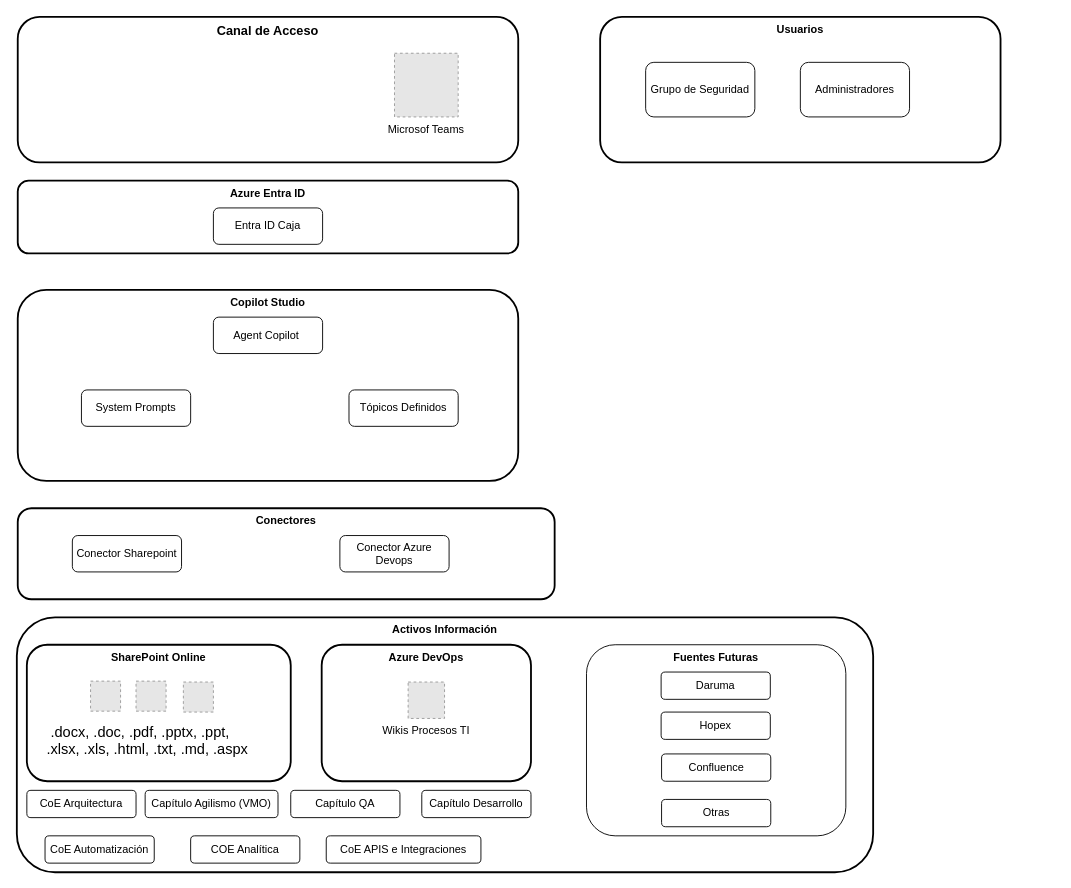
This is page "Page-6" (5 of 5) of Proyecto Gestión Conocimiento.drawio from carlosvalderrama1204/diagrams, a draw.io file, before an edit. Source tidied: cells renumbered, new cells numbered last; positions are measured from the earlier drawing's top-left corner, leaving out a move shared by most shapes. Both pictures are drawn from the tidied source at 91%, with x=0, y=0 at pixel (16, 16). Pictures stored in the file or linked from it are replaced by grey dashed boxes.
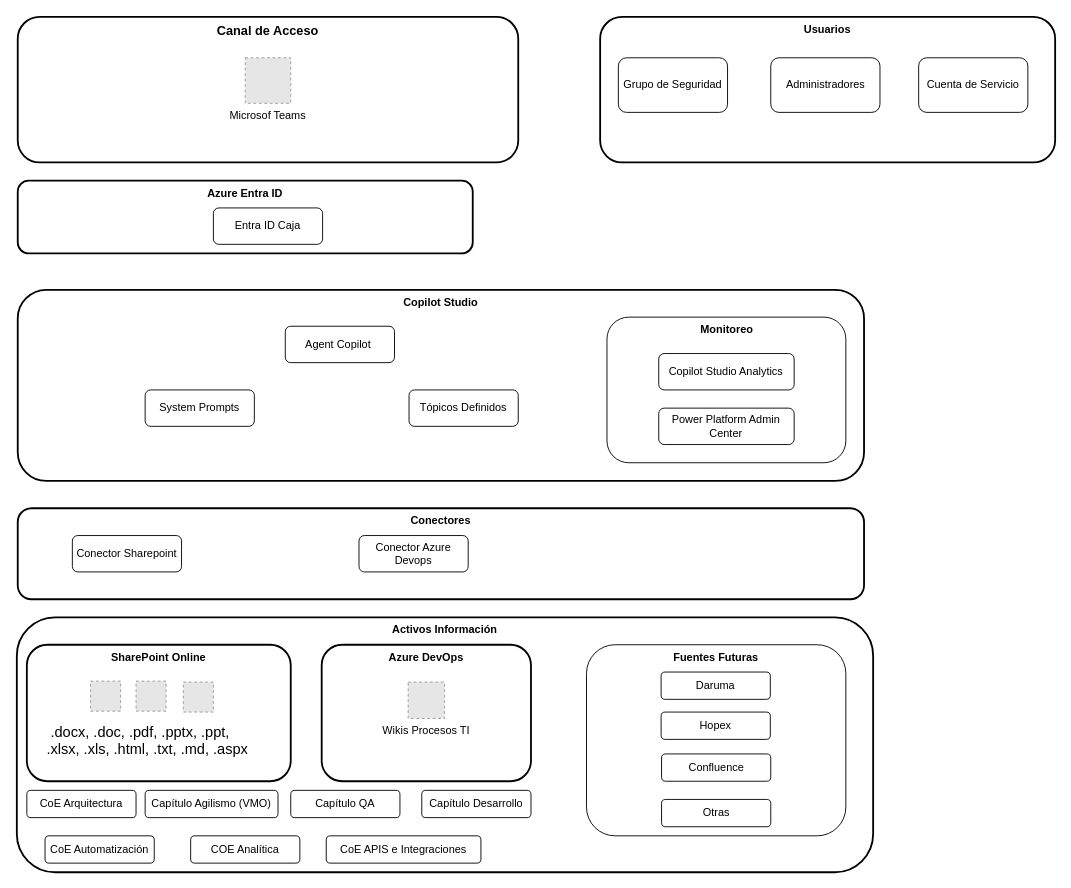
Above is the later version.

The edit, as a diff of the source:
```diff
@@
     <mxCell id="4" value="Microsof Teams" style="fillColor=#E6E6E6;strokeColor=#999999;dashed=1;verticalLabelPosition=bottom;labelBackgroundColor=default;verticalAlign=top;" parent="1" vertex="1">
-      <mxGeometry x="415" y="40" width="70" height="70" as="geometry" />
+      <mxGeometry x="251" y="45" width="50" height="50" as="geometry" />
     </mxCell>
     <mxCell id="5" value="Usuarios" style="rounded=1;whiteSpace=wrap;html=1;strokeWidth=2;verticalAlign=top;fontStyle=1;" parent="1" vertex="1">
-      <mxGeometry x="641" width="440" height="160" as="geometry" />
+      <mxGeometry x="641" width="500" height="160" as="geometry" />
     </mxCell>
     <mxCell id="6" value="Grupo de Seguridad" style="rounded=1;whiteSpace=wrap;html=1;" parent="1" vertex="1">
-      <mxGeometry x="691" y="50" width="120" height="60" as="geometry" />
+      <mxGeometry x="661" y="45" width="120" height="60" as="geometry" />
     </mxCell>
     <mxCell id="7" value="Administradores" style="rounded=1;whiteSpace=wrap;html=1;" parent="1" vertex="1">
-      <mxGeometry x="861" y="50" width="120" height="60" as="geometry" />
+      <mxGeometry x="828.5" y="45" width="120" height="60" as="geometry" />
     </mxCell>
     <mxCell id="8" value="Azure Entra ID" style="rounded=1;whiteSpace=wrap;html=1;strokeWidth=2;verticalAlign=top;fontStyle=1;" parent="1" vertex="1">
-      <mxGeometry x="1" y="180" width="550" height="80" as="geometry" />
+      <mxGeometry x="1" y="180" width="500" height="80" as="geometry" />
     </mxCell>
@@
     <mxCell id="10" value="Copilot Studio" style="rounded=1;whiteSpace=wrap;html=1;strokeWidth=2;verticalAlign=top;fontStyle=1;" parent="1" vertex="1">
-      <mxGeometry x="1" y="300" width="550" height="210" as="geometry" />
+      <mxGeometry x="1" y="300" width="930" height="210" as="geometry" />
     </mxCell>
     <mxCell id="11" value="Agent Copilot&amp;nbsp;" style="rounded=1;whiteSpace=wrap;html=1;" parent="1" vertex="1">
-      <mxGeometry x="216" y="330" width="120" height="40" as="geometry" />
+      <mxGeometry x="295" y="340" width="120" height="40" as="geometry" />
     </mxCell>
     <mxCell id="12" value="Tópicos Definidos" style="rounded=1;whiteSpace=wrap;html=1;" parent="1" vertex="1">
-      <mxGeometry x="365" y="410" width="120" height="40" as="geometry" />
+      <mxGeometry x="431" y="410" width="120" height="40" as="geometry" />
     </mxCell>
     <mxCell id="13" value="System Prompts" style="rounded=1;whiteSpace=wrap;html=1;" parent="1" vertex="1">
-      <mxGeometry x="71" y="410" width="120" height="40" as="geometry" />
+      <mxGeometry x="141" y="410" width="120" height="40" as="geometry" />
     </mxCell>
     <mxCell id="14" value="Conectores" style="rounded=1;whiteSpace=wrap;html=1;verticalAlign=top;fontStyle=1;strokeWidth=2;" parent="1" vertex="1">
-      <mxGeometry x="1" y="540" width="590" height="100" as="geometry" />
+      <mxGeometry x="1" y="540" width="930" height="100" as="geometry" />
     </mxCell>
@@
     <mxCell id="16" value="Conector Azure Devops" style="rounded=1;whiteSpace=wrap;html=1;" parent="1" vertex="1">
-      <mxGeometry x="355" y="570" width="120" height="40" as="geometry" />
+      <mxGeometry x="376" y="570" width="120" height="40" as="geometry" />
     </mxCell>
@@
+    <mxCell id="37" value="Cuenta de Servicio" style="rounded=1;whiteSpace=wrap;html=1;" parent="1" vertex="1">
+      <mxGeometry x="991" y="45" width="120" height="60" as="geometry" />
+    </mxCell>
+    <mxCell id="38" value="&lt;b&gt;Monitoreo&lt;/b&gt;" style="rounded=1;whiteSpace=wrap;html=1;verticalAlign=top;" parent="1" vertex="1">
+      <mxGeometry x="648.5" y="330" width="262.5" height="160" as="geometry" />
+    </mxCell>
+    <mxCell id="39" value="Copilot Studio Analytics" style="rounded=1;whiteSpace=wrap;html=1;" parent="1" vertex="1">
+      <mxGeometry x="705.4" y="370" width="148.8" height="40" as="geometry" />
+    </mxCell>
+    <mxCell id="40" value="Power Platform Admin Center" style="rounded=1;whiteSpace=wrap;html=1;" parent="1" vertex="1">
+      <mxGeometry x="705.4" y="430" width="148.8" height="40" as="geometry" />
+    </mxCell>
```
